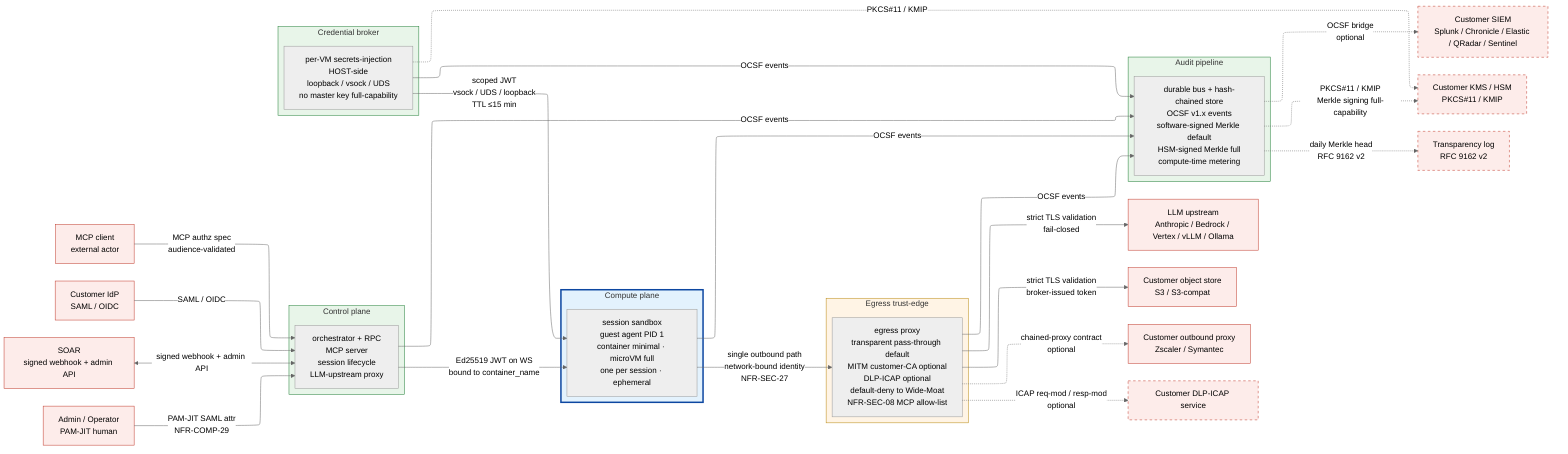
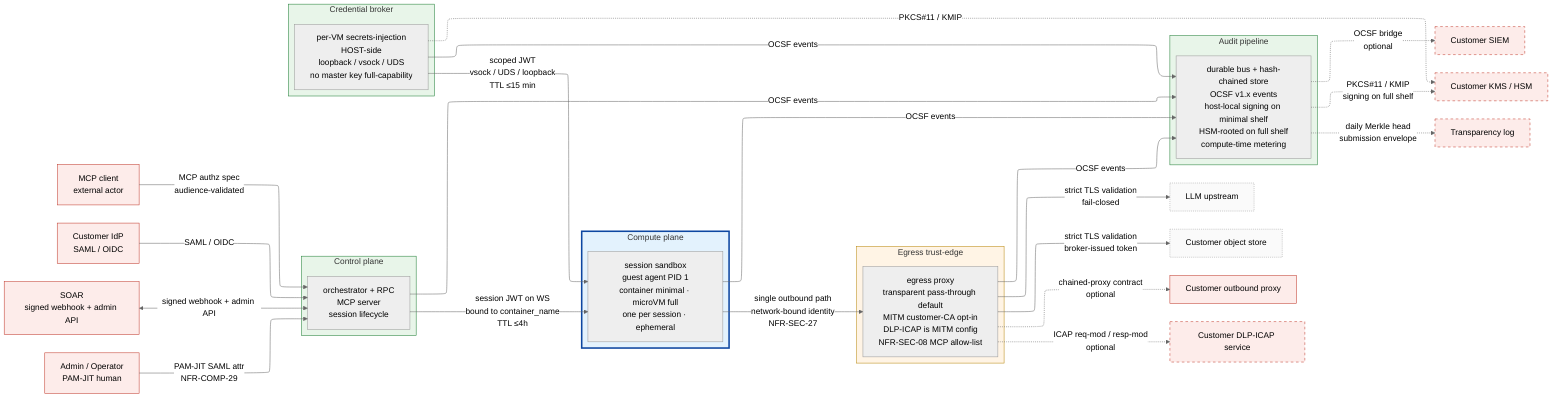
%% SPDX-License-Identifier: FSL-1.1-Apache-2.0
%% Copyright (c) 2025 Open Computer Use Contributors
%% Canonical Layer 3 trust-zone diagram. Referenced from docs/architecture/02-trust-boundaries.md §5.
%% Convention: solid subgraph border = always present; dashed border = optional configuration.
%% Palette per DoD ZTRA: red untrusted / amber semi-trusted / green trusted / blue isolated.

%%{init: {"flowchart": {"defaultRenderer": "elk"}, "theme": "neutral"} }%%
flowchart LR

    %% ─── external actors (untrusted; rendered as plain nodes, not subgraphs) ───
    MCPC[MCP client<br/>external actor]:::ext
    IDP[Customer IdP<br/>SAML / OIDC]:::ext
-     LLM[LLM upstream<br/>Anthropic / Bedrock / Vertex / vLLM / Ollama]:::ext
-     OBJ[Customer object store<br/>S3 / S3-compat]:::ext
-     CPROXY[Customer outbound proxy<br/>Zscaler / Symantec]:::ext
+     LLM[LLM upstream]:::endpoint
+     OBJ[Customer object store]:::endpoint
+     CPROXY[Customer outbound proxy]:::ext
    ICAP[Customer DLP-ICAP service]:::extOpt
-     SIEM[Customer SIEM<br/>Splunk / Chronicle / Elastic / QRadar / Sentinel]:::extOpt
-     KMS[Customer KMS / HSM<br/>PKCS#11 / KMIP]:::extOpt
+     SIEM[Customer SIEM]:::extOpt
+     KMS[Customer KMS / HSM]:::extOpt
    SOAR[SOAR<br/>signed webhook + admin API]:::ext
    OPER[Admin / Operator<br/>PAM-JIT human]:::ext
-     TLOG[Transparency log<br/>RFC 9162 v2]:::extOpt
+     TLOG[Transparency log]:::extOpt

    %% ─── our zones ───
    subgraph CP[Control plane]
-         ORCH[orchestrator + RPC<br/>MCP server<br/>session lifecycle<br/>LLM-upstream proxy]
+         ORCH[orchestrator + RPC<br/>MCP server<br/>session lifecycle]
    end

    subgraph BROKER[Credential broker]
        BR[per-VM secrets-injection<br/>HOST-side<br/>loopback / vsock / UDS<br/>no master key full-capability]
    end

    subgraph COMPUTE[Compute plane]
        VM[session sandbox<br/>guest agent PID 1<br/>container minimal · microVM full<br/>one per session · ephemeral]
    end

    subgraph EDGE[Egress trust-edge]
-         PROXY[egress proxy<br/>transparent pass-through default<br/>MITM customer-CA optional<br/>DLP-ICAP optional<br/>default-deny to Wide-Moat<br/>NFR-SEC-08 MCP allow-list]
+         PROXY[egress proxy<br/>transparent pass-through default<br/>MITM customer-CA opt-in<br/>DLP-ICAP is MITM config<br/>NFR-SEC-08 MCP allow-list]
    end

    subgraph AUDIT[Audit pipeline]
-         BUS[durable bus + hash-chained store<br/>OCSF v1.x events<br/>software-signed Merkle default<br/>HSM-signed Merkle full<br/>compute-time metering]
+         BUS[durable bus + hash-chained store<br/>OCSF v1.x events<br/>host-local signing on minimal shelf<br/>HSM-rooted on full shelf<br/>compute-time metering]
    end

    %% ─── inbound edges ───
    MCPC -->|"MCP authz spec<br/>audience-validated"| ORCH
    IDP -->|SAML / OIDC| ORCH
    OPER -->|PAM-JIT SAML attr<br/>NFR-COMP-29| ORCH
    SOAR <-->|signed webhook + admin API| ORCH

    %% ─── internal edges (encrypted in transit; NFR-SEC-37) ───
-     ORCH -->|"Ed25519 JWT on WS<br/>bound to container_name"| VM
+     ORCH -->|"session JWT on WS<br/>bound to container_name<br/>TTL ≤4h"| VM
    BR -->|"scoped JWT<br/>vsock / UDS / loopback<br/>TTL ≤15 min"| VM

    %% ─── egress edges ───
    VM -->|"single outbound path<br/>network-bound identity<br/>NFR-SEC-27"| PROXY
    PROXY -->|"strict TLS validation<br/>fail-closed"| LLM
    PROXY -->|"strict TLS validation<br/>broker-issued token"| OBJ
    PROXY -.->|"chained-proxy contract<br/>optional"| CPROXY
    PROXY -.->|"ICAP req-mod / resp-mod<br/>optional"| ICAP

    %% ─── audit edges (every named zone emits OCSF events) ───
    ORCH -->|OCSF events| BUS
    BR -->|OCSF events| BUS
    VM -->|OCSF events| BUS
    PROXY -->|OCSF events| BUS

    %% ─── audit egress ───
    BUS -.->|"OCSF bridge<br/>optional"| SIEM
-     BUS -.->|"daily Merkle head<br/>RFC 9162 v2"| TLOG
+     BUS -.->|"daily Merkle head<br/>submission envelope"| TLOG

-     %% ─── KMS path (optional) ───
+     %% ─── KMS path (optional, full-capability shelf only) ───
    BR -.->|"PKCS#11 / KMIP"| KMS
-     BUS -.->|"PKCS#11 / KMIP<br/>Merkle signing full-capability"| KMS
+     BUS -.->|"PKCS#11 / KMIP<br/>signing on full shelf"| KMS

    %% ─── styling (DoD ZTRA palette) ───
    classDef ext fill:#fdecea,stroke:#c0392b,stroke-width:1px;
    classDef extOpt fill:#fdecea,stroke:#c0392b,stroke-dasharray: 5 5;
+     classDef endpoint fill:#fafafa,stroke:#9e9e9e,stroke-dasharray: 2 2;
    style CP fill:#e8f5e9,stroke:#1e7e34,stroke-width:1px;
    style BROKER fill:#e8f5e9,stroke:#1e7e34,stroke-width:1px;
    style COMPUTE fill:#e3f2fd,stroke:#0d47a1,stroke-width:3px;
    style EDGE fill:#fff4e5,stroke:#b8860b,stroke-width:1px;
    style AUDIT fill:#e8f5e9,stroke:#1e7e34,stroke-width:1px;
